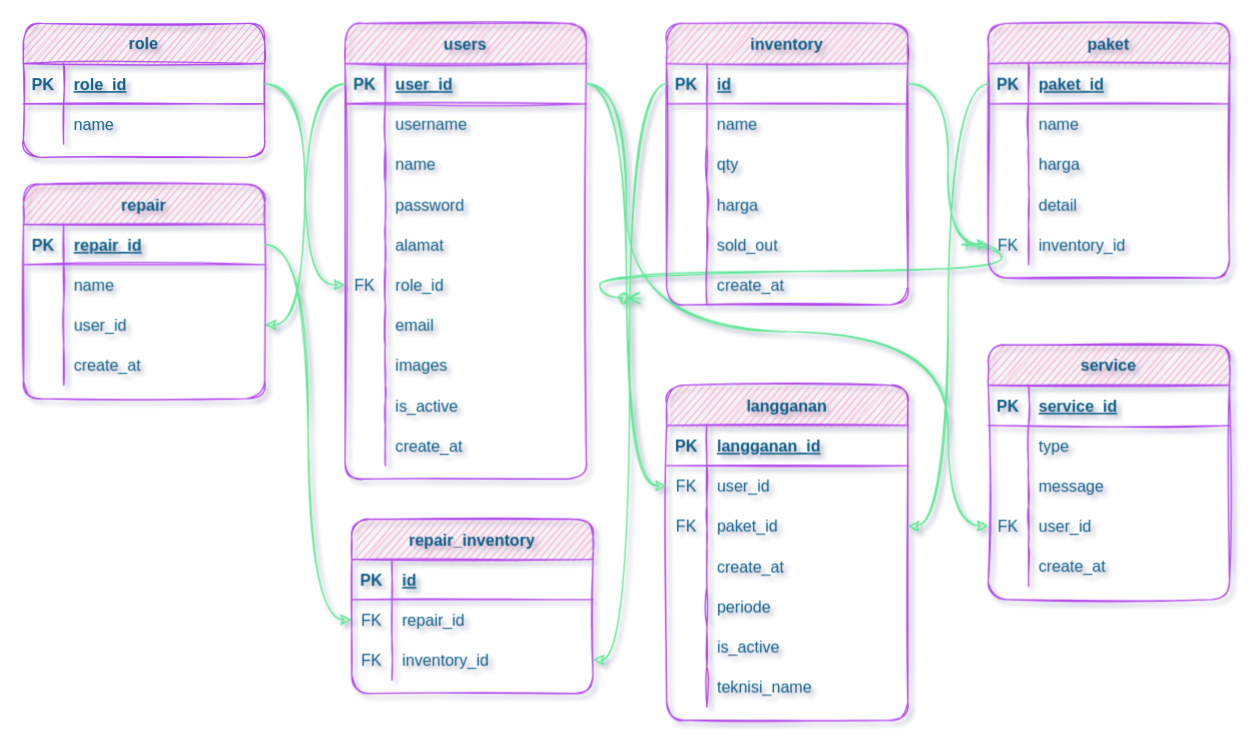
Before: ERD.drawio in achrizal15/jmiapps, a draw.io diagram. Source tidied: cells renumbered, new cells numbered last; positions are measured from the earlier drawing's top-left corner, leaving out a move shared by most shapes. Both pictures are drawn from the tidied source at 134%, with x=0, y=0 at pixel (23, 23).
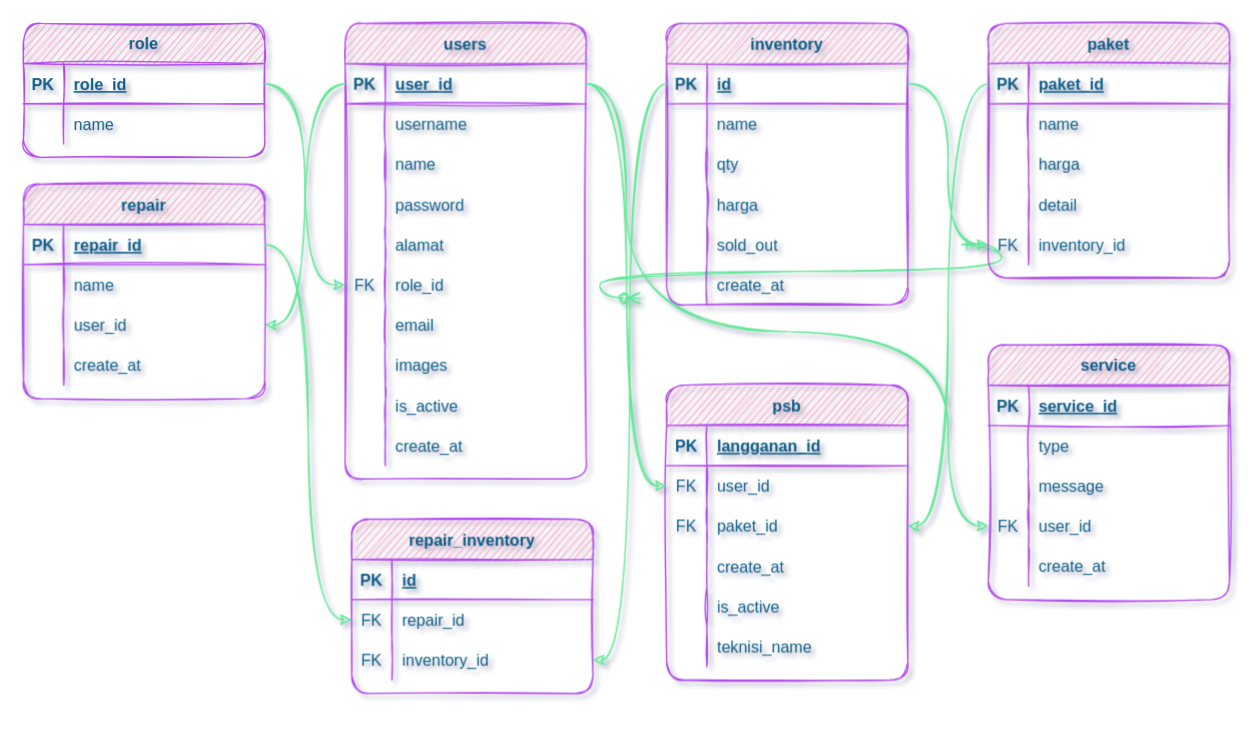
The same diagram, later.

The edit, as a diff of the source:
```diff
@@
-    <mxCell id="61" value="langganan" style="shape=table;startSize=30;childLayout=tableLayout;rowLines=0;fontStyle=1;align=center;fillColor=#F694C1;strokeColor=#AF45ED;fontColor=#095C86;rounded=1;sketch=1;" parent="1" vertex="1">
-      <mxGeometry x="480" y="270" width="180" height="250" as="geometry" />
+    <mxCell id="61" value="psb" style="shape=table;startSize=30;childLayout=tableLayout;rowLines=0;fontStyle=1;align=center;fillColor=#F694C1;strokeColor=#AF45ED;fontColor=#095C86;rounded=1;sketch=1;" parent="1" vertex="1">
+      <mxGeometry x="480" y="270" width="180" height="220" as="geometry" />
     </mxCell>
@@
-    <mxCell id="74" style="shape=partialRectangle;fillColor=none;top=0;left=0;bottom=0;right=0;strokeColor=#AF45ED;fontColor=#095C86;rounded=1;sketch=1;" parent="61" vertex="1">
-      <mxGeometry y="150" width="180" height="30" as="geometry" />
-    </mxCell>
-    <mxCell id="75" style="shape=partialRectangle;fillColor=none;top=0;left=0;bottom=0;right=0;overflow=hidden;strokeColor=#AF45ED;fontColor=#095C86;rounded=1;sketch=1;" parent="74" vertex="1">
-      <mxGeometry width="30" height="30" as="geometry" />
-    </mxCell>
-    <mxCell id="76" value="periode" style="shape=partialRectangle;fillColor=none;top=0;left=0;bottom=0;right=0;align=left;spacingLeft=6;overflow=hidden;strokeColor=#AF45ED;fontColor=#095C86;rounded=1;sketch=1;" parent="74" vertex="1">
-      <mxGeometry x="30" width="150" height="30" as="geometry" />
-    </mxCell>
     <mxCell id="77" style="shape=partialRectangle;fillColor=none;top=0;left=0;bottom=0;right=0;strokeColor=#AF45ED;fontColor=#095C86;rounded=1;sketch=1;" parent="61" vertex="1">
-      <mxGeometry y="180" width="180" height="30" as="geometry" />
+      <mxGeometry y="150" width="180" height="30" as="geometry" />
     </mxCell>
@@
     <mxCell id="80" style="shape=partialRectangle;fillColor=none;top=0;left=0;bottom=0;right=0;strokeColor=#AF45ED;fontColor=#095C86;rounded=1;sketch=1;" parent="61" vertex="1">
-      <mxGeometry y="210" width="180" height="30" as="geometry" />
+      <mxGeometry y="180" width="180" height="30" as="geometry" />
     </mxCell>
```
